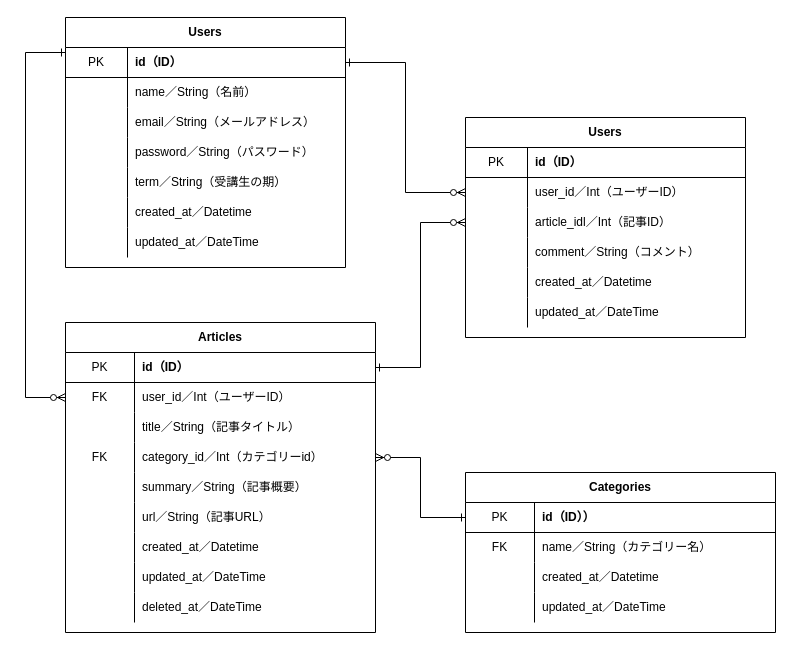
Before: development-document/ER図.drawio in nakasan773/docker-test, a draw.io diagram. Source tidied: cells renumbered, new cells numbered last; positions are measured from the earlier drawing's top-left corner, leaving out a move shared by most shapes. Both pictures are drawn from the tidied source at 100%, with x=0, y=0 at pixel (25, 17).
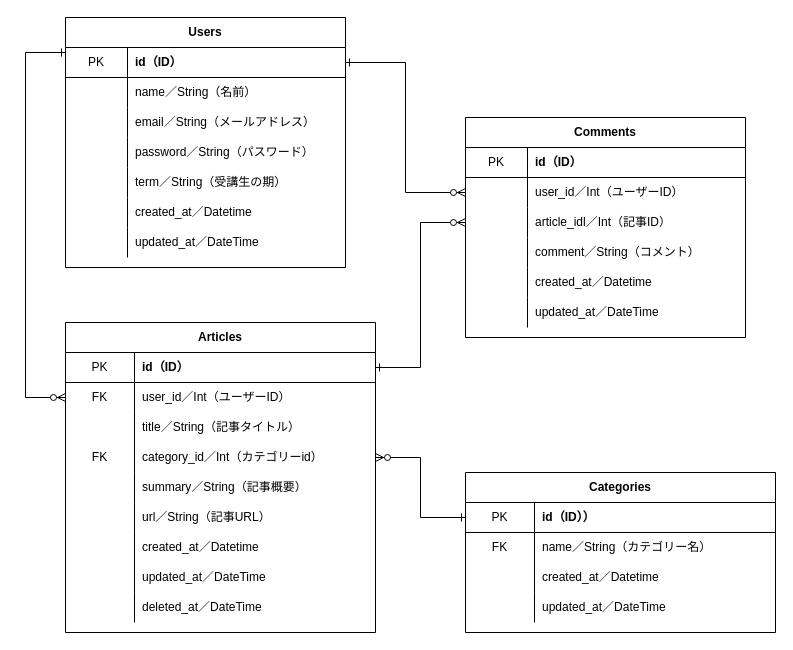
The same diagram, later.

Commit message (it also covers changes not shown here):
ER図のCommentsテーブルの名前がUsersになっていたので修正

Diff of the diagram source:
```diff
@@
-    <mxCell id="2" value="Users" style="shape=table;html=1;whiteSpace=wrap;startSize=30;childLayout=tableLayout;rowLines=0;fontStyle=1;align=center;" parent="1" vertex="1">
+    <mxCell id="2" value="Comments" style="shape=table;html=1;whiteSpace=wrap;startSize=30;childLayout=tableLayout;rowLines=0;fontStyle=1;align=center;" parent="1" vertex="1">
       <mxGeometry x="440" y="100" width="280" height="220" as="geometry" />
     </mxCell>
```
